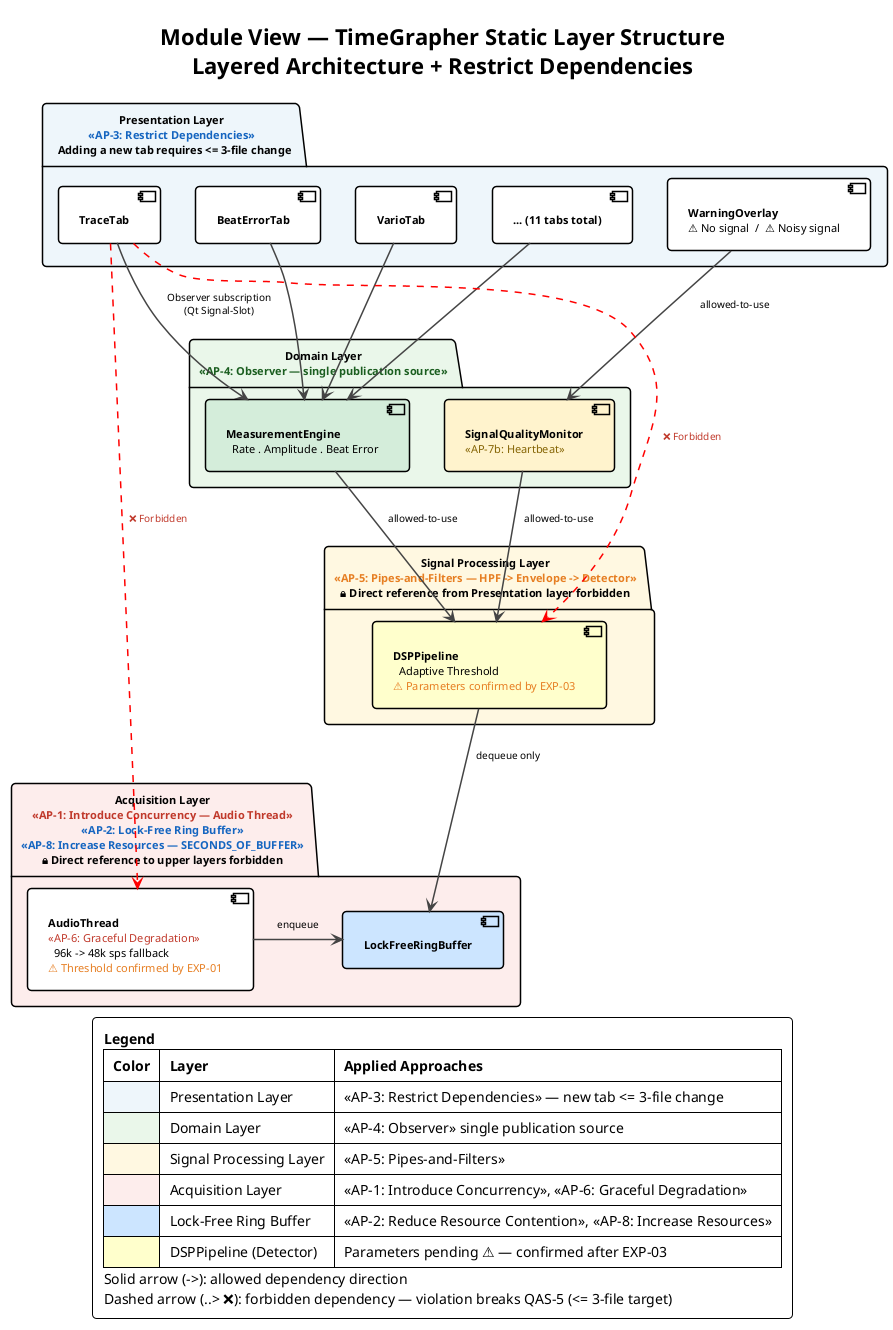
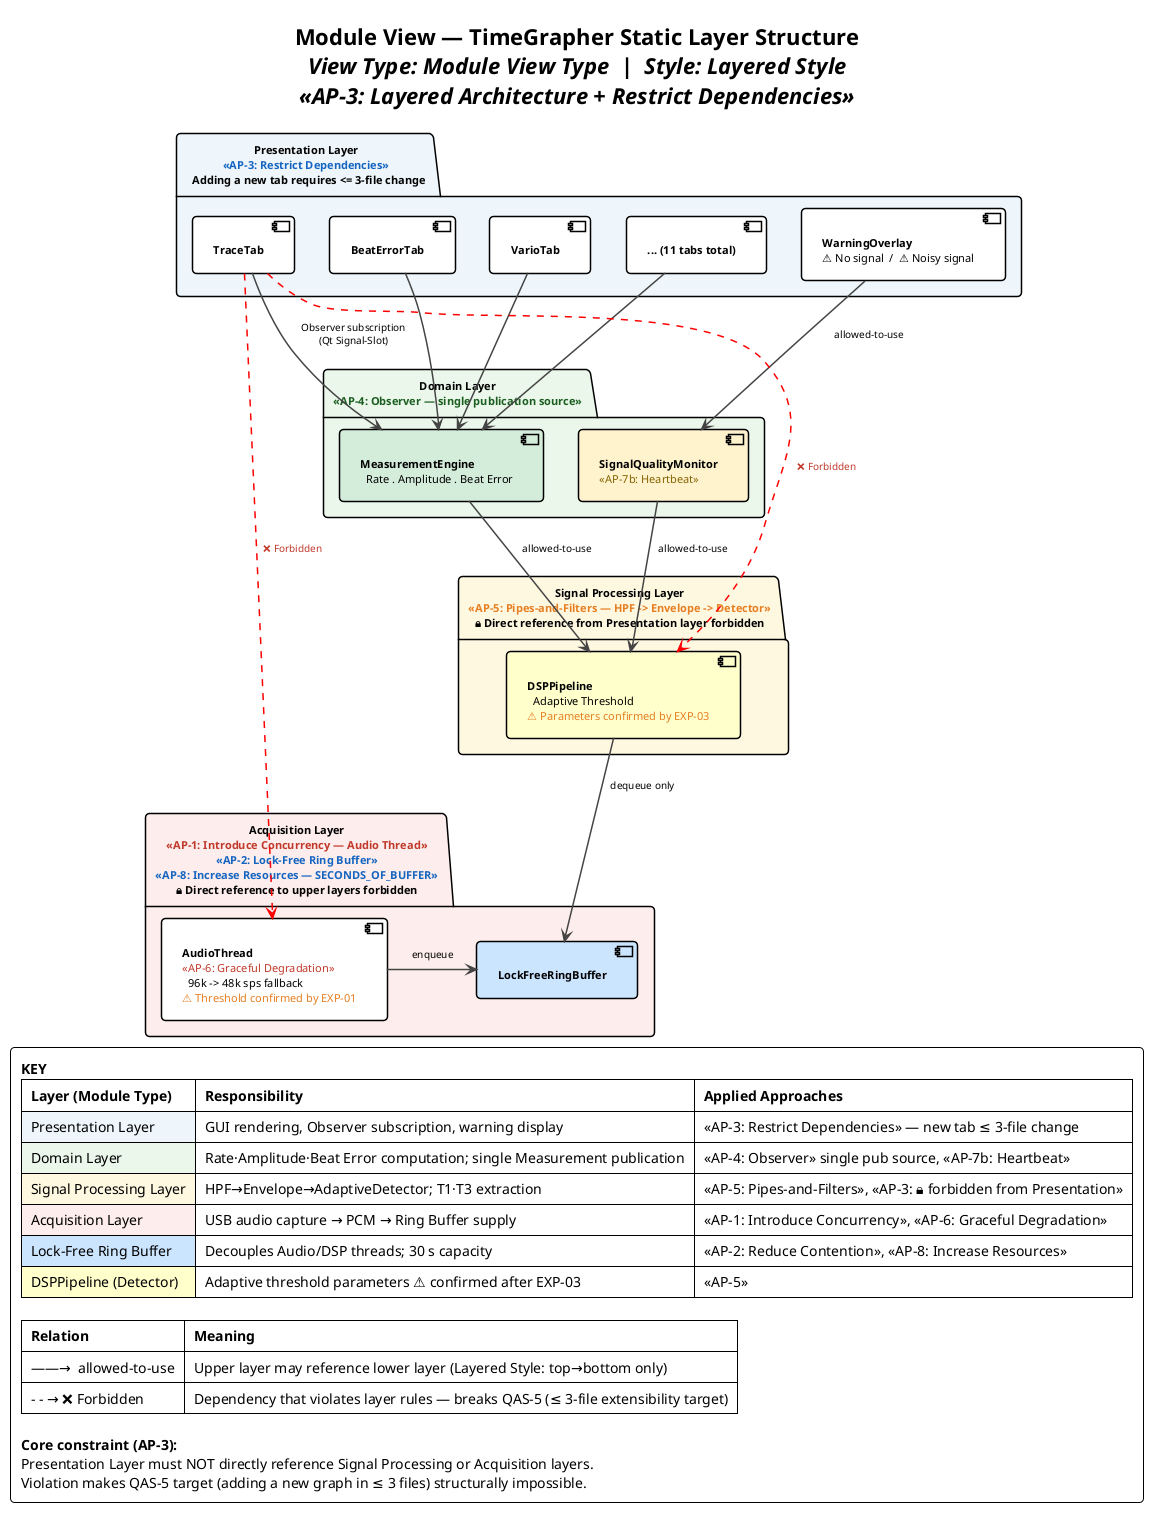
@startuml module-view
!theme plain
skinparam backgroundColor #FFFFFF
skinparam defaultFontName "Arial"
skinparam defaultFontSize 11
skinparam ArrowColor #444444
skinparam ArrowFontSize 10
skinparam ArrowThickness 1.5
skinparam PackageBorderThickness 1.5
skinparam ComponentBorderThickness 1.5
skinparam Padding 6
skinparam RoundCorner 8

- title <b>Module View — TimeGrapher Static Layer Structure</b>\nLayered Architecture + Restrict Dependencies
+ title <b>Module View — TimeGrapher Static Layer Structure</b>\n<i>View Type: Module View Type  |  Style: Layered Style</i>\n<i>«AP-3: Layered Architecture + Restrict Dependencies»</i>

' ── Presentation Layer ──────────────────────────────────
package "Presentation Layer\n<color:#1565C0>«AP-3: Restrict Dependencies»</color>\n  Adding a new tab requires <= 3-file change" as PL #EEF6FB {
    [<b>TraceTab</b>] as T1
    [<b>VarioTab</b>] as T2
    [<b>BeatErrorTab</b>] as T3
    [<b>... (11 tabs total)</b>] as TN
    [<b>WarningOverlay</b>\n⚠ No signal  /  ⚠ Noisy signal] as WRN
}

' ── Domain Layer ────────────────────────────────────────
package "Domain Layer\n<color:#1B5E20>«AP-4: Observer — single publication source»</color>" as DL #EAF7EA {
    [<b>MeasurementEngine</b>\n  Rate . Amplitude . Beat Error] as ME #D4EDDA
    [<b>SignalQualityMonitor</b>\n<color:#856404>«AP-7b: Heartbeat»</color>] as SQ #FFF3CD
}

' ── Signal Processing Layer ─────────────────────────────
package "Signal Processing Layer\n<color:#E67E22>«AP-5: Pipes-and-Filters — HPF -> Envelope -> Detector»</color>\n🔒 Direct reference from Presentation layer forbidden" as SL #FFF8E1 {
    [<b>DSPPipeline</b>\n  Adaptive Threshold\n<color:#E67E22>⚠ Parameters confirmed by EXP-03</color>] as DSP #FFFFCC
}

' ── Acquisition Layer ───────────────────────────────────
package "Acquisition Layer\n<color:#C0392B>«AP-1: Introduce Concurrency — Audio Thread»</color>\n<color:#1565C0>«AP-2: Lock-Free Ring Buffer»</color>\n<color:#1565C0>«AP-8: Increase Resources — SECONDS_OF_BUFFER»</color>\n🔒 Direct reference to upper layers forbidden" as AL #FDEDEC {
    [<b>AudioThread</b>\n<color:#C0392B>«AP-6: Graceful Degradation»</color>\n  96k -> 48k sps fallback\n<color:#E67E22>⚠ Threshold confirmed by EXP-01</color>] as AT
    [<b>LockFreeRingBuffer</b>] as RB #CCE5FF
}

' ── Allowed dependencies ────────────────────────────────
T1 -down-> ME  : Observer subscription\n(Qt Signal-Slot)
T2 -down-> ME
T3 -down-> ME
TN -down-> ME
WRN -down-> SQ : allowed-to-use

ME  -down-> DSP : allowed-to-use
SQ  -down-> DSP : allowed-to-use

DSP -down-> RB  : dequeue only
AT  -right-> RB : enqueue

' ── Forbidden dependencies ──────────────────────────────
T1 ..> DSP #red : <color:#C0392B>❌ Forbidden</color>
T1 ..> AT  #red : <color:#C0392B>❌ Forbidden</color>

' ── Legend ──────────────────────────────────────────────
legend bottom
-   <b>Legend</b>
-   |= Color |= Layer |= Applied Approaches |
-   | <#EEF6FB> | Presentation Layer | «AP-3: Restrict Dependencies» — new tab <= 3-file change |
-   | <#EAF7EA> | Domain Layer       | «AP-4: Observer» single publication source |
-   | <#FFF8E1> | Signal Processing Layer | «AP-5: Pipes-and-Filters» |
-   | <#FDEDEC> | Acquisition Layer  | «AP-1: Introduce Concurrency», «AP-6: Graceful Degradation» |
-   | <#CCE5FF> | Lock-Free Ring Buffer | «AP-2: Reduce Resource Contention», «AP-8: Increase Resources» |
-   | <#FFFFCC> | DSPPipeline (Detector) | Parameters pending ⚠ — confirmed after EXP-03 |
-   Solid arrow (->): allowed dependency direction
-   Dashed arrow (..> ❌): forbidden dependency — violation breaks QAS-5 (<= 3-file target)
+   <b>KEY</b>
+   |= Layer (Module Type) |= Responsibility |= Applied Approaches |
+   | <#EEF6FB> Presentation Layer | GUI rendering, Observer subscription, warning display | «AP-3: Restrict Dependencies» — new tab ≤ 3-file change |
+   | <#EAF7EA> Domain Layer | Rate·Amplitude·Beat Error computation; single Measurement publication | «AP-4: Observer» single pub source, «AP-7b: Heartbeat» |
+   | <#FFF8E1> Signal Processing Layer | HPF→Envelope→AdaptiveDetector; T1·T3 extraction | «AP-5: Pipes-and-Filters», «AP-3: 🔒 forbidden from Presentation» |
+   | <#FDEDEC> Acquisition Layer | USB audio capture → PCM → Ring Buffer supply | «AP-1: Introduce Concurrency», «AP-6: Graceful Degradation» |
+   | <#CCE5FF> Lock-Free Ring Buffer | Decouples Audio/DSP threads; 30 s capacity | «AP-2: Reduce Contention», «AP-8: Increase Resources» |
+   | <#FFFFCC> DSPPipeline (Detector) | Adaptive threshold parameters ⚠ confirmed after EXP-03 | «AP-5» |
+ 
+   |= Relation |= Meaning |
+   | ——→  allowed-to-use | Upper layer may reference lower layer (Layered Style: top→bottom only) |
+   | - - → ❌ Forbidden | Dependency that violates layer rules — breaks QAS-5 (≤ 3-file extensibility target) |
+ 
+   <b>Core constraint (AP-3):</b>
+   Presentation Layer must NOT directly reference Signal Processing or Acquisition layers.
+   Violation makes QAS-5 target (adding a new graph in ≤ 3 files) structurally impossible.
endlegend

@enduml
